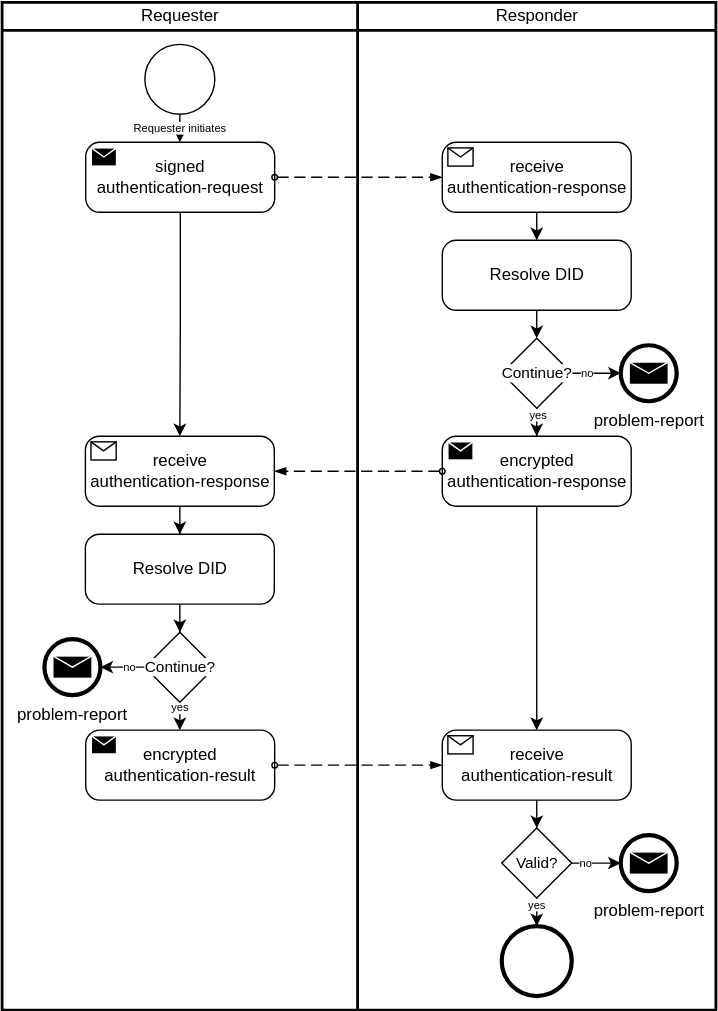
This is documentation/static/img/didcomm/authentication.drawio.svg from iotaledger/identity.rs, a draw.io export, as it was before one commit. Source tidied: cells renumbered, new cells last; positions are measured from the earlier drawing's top-left corner, leaving out a move shared by most shapes.
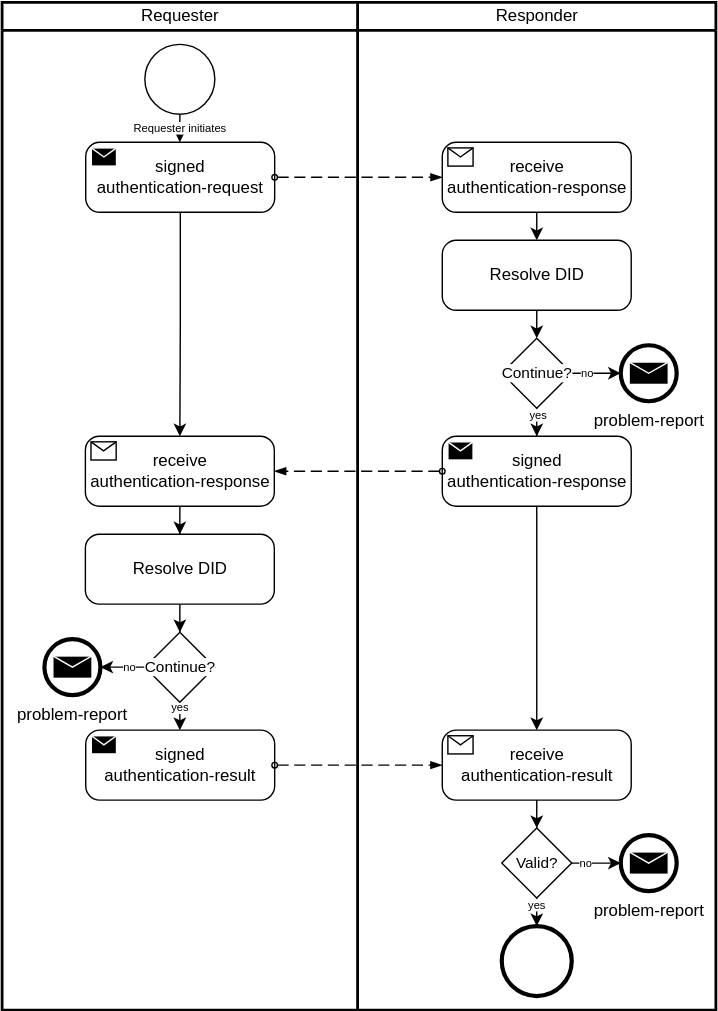
The same file after the commit.

Commit message:
[WIP] further auth

Diff of the diagram source:
```diff
@@ -19,7 +19,7 @@
     <mxCell id="5" style="edgeStyle=orthogonalEdgeStyle;rounded=0;jettySize=auto;html=1;" parent="2" edge="1" source="6" target="10">
       <mxGeometry relative="1" as="geometry" />
     </mxCell>
-    <mxCell id="6" value="encrypted&#10;authentication-response" style="points=[[0.25,0,0],[0.5,0,0],[0.75,0,0],[1,0.25,0],[1,0.5,0],[1,0.75,0],[0.75,1,0],[0.5,1,0],[0.25,1,0],[0,0.75,0],[0,0.5,0],[0,0.25,0]];shape=mxgraph.bpmn.task;whiteSpace=wrap;rectStyle=rounded;size=10;taskMarker=send;" parent="2" vertex="1">
+    <mxCell id="6" value="signed&#10;authentication-response" style="points=[[0.25,0,0],[0.5,0,0],[0.75,0,0],[1,0.25,0],[1,0.5,0],[1,0.75,0],[0.75,1,0],[0.5,1,0],[0.25,1,0],[0,0.75,0],[0,0.5,0],[0,0.25,0]];shape=mxgraph.bpmn.task;whiteSpace=wrap;rectStyle=rounded;size=10;taskMarker=send;" parent="2" vertex="1">
       <mxGeometry x="60.5" y="310" width="135" height="50" as="geometry" />
     </mxCell>
     <mxCell id="7" style="edgeStyle=orthogonalEdgeStyle;rounded=0;jettySize=auto;html=1;entryX=0;entryY=0.5;entryDx=0;entryDy=0;entryPerimeter=0;exitX=1;exitY=0.5;exitDx=0;exitDy=0;exitPerimeter=0;" parent="2" edge="1" source="14" target="11">
@@ -123,7 +123,7 @@
         <mxPoint y="-11" as="offset" />
       </mxGeometry>
     </mxCell>
-    <mxCell id="34" value="encrypted&#10;authentication-result" style="points=[[0.25,0,0],[0.5,0,0],[0.75,0,0],[1,0.25,0],[1,0.5,0],[1,0.75,0],[0.75,1,0],[0.5,1,0],[0.25,1,0],[0,0.75,0],[0,0.5,0],[0,0.25,0]];shape=mxgraph.bpmn.task;whiteSpace=wrap;rectStyle=rounded;size=10;taskMarker=send;" parent="24" vertex="1">
+    <mxCell id="34" value="signed&#10;authentication-result" style="points=[[0.25,0,0],[0.5,0,0],[0.75,0,0],[1,0.25,0],[1,0.5,0],[1,0.75,0],[0.75,1,0],[0.5,1,0],[0.25,1,0],[0,0.75,0],[0,0.5,0],[0,0.25,0]];shape=mxgraph.bpmn.task;whiteSpace=wrap;rectStyle=rounded;size=10;taskMarker=send;" parent="24" vertex="1">
       <mxGeometry x="59.8" y="520" width="135" height="50" as="geometry" />
     </mxCell>
     <mxCell id="35" value="problem-report" style="points=[[0.145,0.145,0],[0.5,0,0],[0.855,0.145,0],[1,0.5,0],[0.855,0.855,0],[0.5,1,0],[0.145,0.855,0],[0,0.5,0]];shape=mxgraph.bpmn.event;html=1;verticalLabelPosition=bottom;labelBackgroundColor=#ffffff;verticalAlign=top;align=center;perimeter=ellipsePerimeter;outlineConnect=0;outline=end;symbol=message;fillColor=#ffffff;" parent="24" vertex="1">
```
